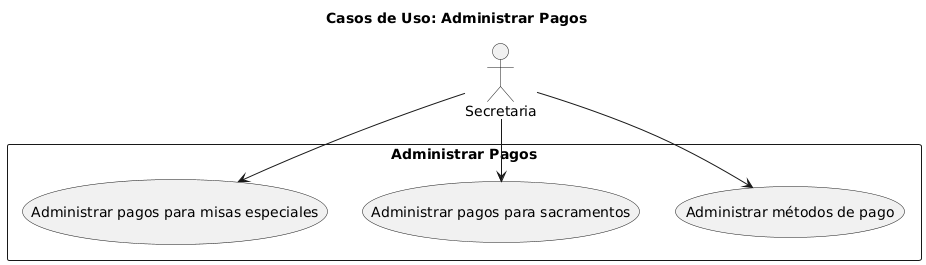
The PlantUML diagram Documentacion/casos de uso administrar pagos.png in EGA-SUPREMO/Sistema-de-Gestion-Parroquial, before a commit. The source it was exported from:
```plantuml
@startuml
title Casos de Uso: Administrar Pagos

actor Secretaria

rectangle "Administrar Pagos" {
  usecase "Administrar pagos para misas especiales" as UC1
  usecase "Administrar pagos para sacramentos" as UC2
  usecase "Administrar métodos de pago" as UC3
}

Secretaria --> UC1
Secretaria --> UC2
Secretaria --> UC3
@enduml
```
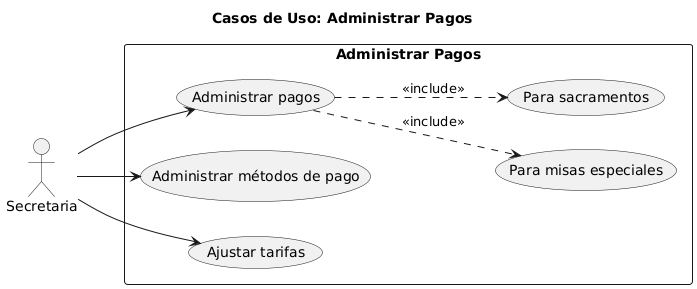
After the commit.

Commit message:
corregir CdU para administrar pagos y agregar administrar registros

What changed in the source:
```diff
@@ -1,15 +1,20 @@
 @startuml
 title Casos de Uso: Administrar Pagos
+left to right direction
 
 actor Secretaria
 
 rectangle "Administrar Pagos" {
-  usecase "Administrar pagos para misas especiales" as UC1
-  usecase "Administrar pagos para sacramentos" as UC2
+  usecase "Administrar pagos" as UC0
+  usecase "Para misas especiales" as UC1
+  usecase "Para sacramentos" as UC2
   usecase "Administrar métodos de pago" as UC3
+  usecase "Ajustar tarifas" as UC4
 }
 
-Secretaria --> UC1
-Secretaria --> UC2
+Secretaria --> UC0
+UC0 ..> UC1 : <<include>>
+UC0 ..> UC2 : <<include>>
 Secretaria --> UC3
+Secretaria --> UC4
 @enduml
```
